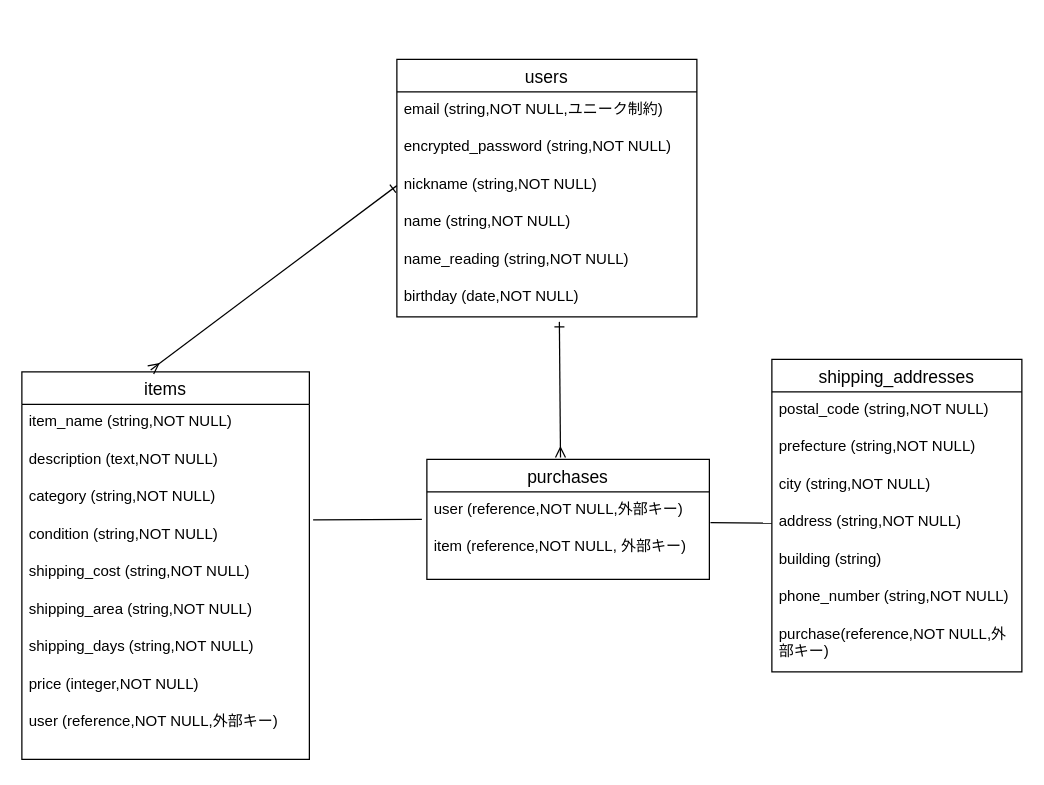
hanezu1783/furima-42333 keeps this draw.io diagram as furima.dio. Above is the earlier version. Source tidied: cells renumbered, new cells numbered last; positions are measured from the earlier drawing's top-left corner, leaving out a move shared by most shapes. Both pictures are drawn from the tidied source at 125%, with x=0, y=0 at pixel (21, 59).
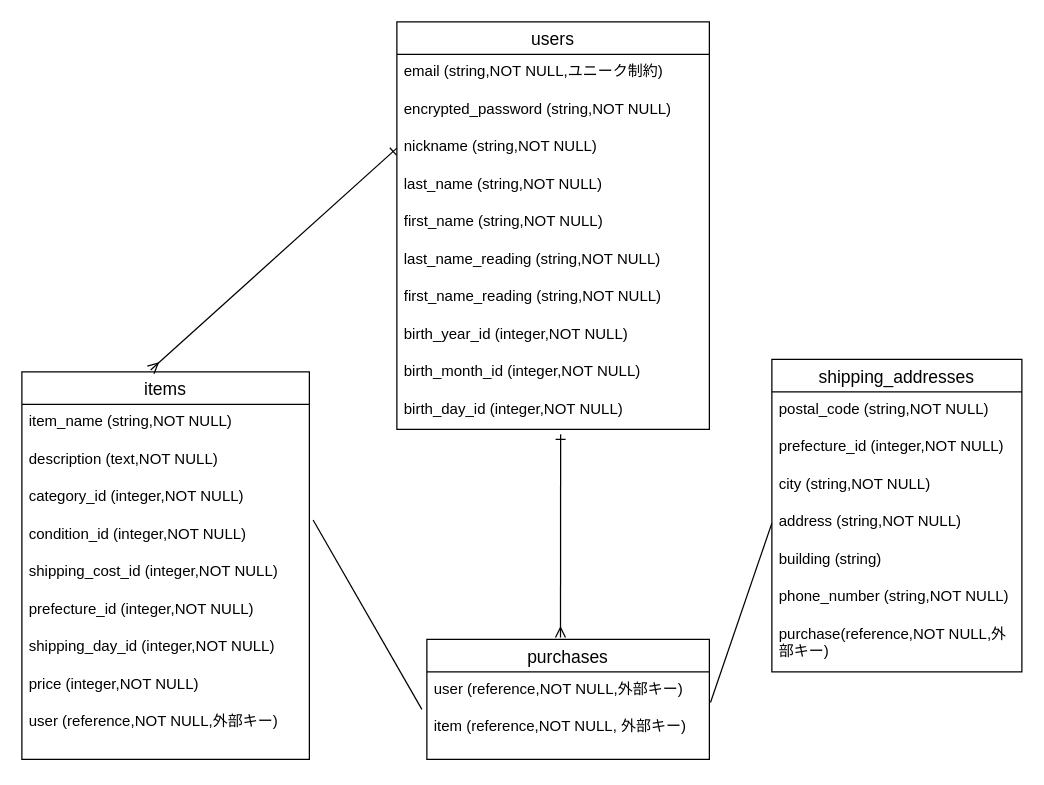
The same diagram, later.

Commit message (it also covers changes not shown here):
データベース設計Ver.2

Unchanged cells that the change refers to:
```xml
<mxCell id="9" value="items" style="swimlane;fontStyle=0;horizontal=1;startSize=26;align=center;fontSize=14;" parent="1" vertex="1">
  <mxGeometry y="250" width="230" height="310" as="geometry" />
</mxCell>
<mxCell id="22" value="shipping_addresses" style="swimlane;fontStyle=0;horizontal=1;startSize=26;align=center;fontSize=14;" parent="1" vertex="1">
  <mxGeometry x="600" y="240" width="200" height="250" as="geometry" />
</mxCell>
```

The edit, as a diff of the source:
```diff
@@
     <mxCell id="2" value="users" style="swimlane;fontStyle=0;horizontal=1;startSize=26;align=center;fontSize=14;" parent="1" vertex="1">
-      <mxGeometry x="300" width="240" height="206" as="geometry" />
+      <mxGeometry x="300" y="-30" width="250" height="326" as="geometry" />
     </mxCell>
     <mxCell id="3" value="email (string,NOT NULL,ユニーク制約)" style="text;strokeColor=none;fillColor=none;spacingLeft=4;spacingRight=4;overflow=hidden;fontSize=12;whiteSpace=wrap;html=1;" parent="2" vertex="1">
-      <mxGeometry y="26" width="240" height="30" as="geometry" />
+      <mxGeometry y="26" width="250" height="30" as="geometry" />
     </mxCell>
     <mxCell id="4" value="encrypted_password (string,NOT NULL)&lt;div&gt;&lt;br&gt;&lt;/div&gt;" style="text;strokeColor=none;fillColor=none;spacingLeft=4;spacingRight=4;overflow=hidden;fontSize=12;whiteSpace=wrap;html=1;" parent="2" vertex="1">
-      <mxGeometry y="56" width="240" height="30" as="geometry" />
+      <mxGeometry y="56" width="250" height="30" as="geometry" />
     </mxCell>
     <mxCell id="5" value="nickname (string,NOT NULL)" style="text;strokeColor=none;fillColor=none;spacingLeft=4;spacingRight=4;overflow=hidden;points=[[0,0.5],[1,0.5]];portConstraint=eastwest;fontSize=12;whiteSpace=wrap;html=1;" parent="2" vertex="1">
-      <mxGeometry y="86" width="240" height="30" as="geometry" />
+      <mxGeometry y="86" width="250" height="30" as="geometry" />
     </mxCell>
-    <mxCell id="6" value="name (string,NOT NULL)" style="text;strokeColor=none;fillColor=none;spacingLeft=4;spacingRight=4;overflow=hidden;fontSize=12;whiteSpace=wrap;html=1;" parent="2" vertex="1">
-      <mxGeometry y="116" width="240" height="30" as="geometry" />
+    <mxCell id="6" value="last_name (string,NOT NULL)" style="text;strokeColor=none;fillColor=none;spacingLeft=4;spacingRight=4;overflow=hidden;fontSize=12;whiteSpace=wrap;html=1;" parent="2" vertex="1">
+      <mxGeometry y="116" width="250" height="30" as="geometry" />
     </mxCell>
-    <mxCell id="7" value="name_reading (string,NOT NULL&lt;span style=&quot;background-color: transparent;&quot;&gt;)&lt;/span&gt;" style="text;strokeColor=none;fillColor=none;spacingLeft=4;spacingRight=4;overflow=hidden;fontSize=12;whiteSpace=wrap;html=1;" parent="2" vertex="1">
-      <mxGeometry y="146" width="240" height="30" as="geometry" />
+    <mxCell id="7" value="first_name (string,NOT NULL&lt;span style=&quot;background-color: transparent;&quot;&gt;)&lt;/span&gt;" style="text;strokeColor=none;fillColor=none;spacingLeft=4;spacingRight=4;overflow=hidden;fontSize=12;whiteSpace=wrap;html=1;" parent="2" vertex="1">
+      <mxGeometry y="146" width="250" height="30" as="geometry" />
     </mxCell>
-    <mxCell id="8" value="birthday (date,NOT NULL)" style="text;strokeColor=none;fillColor=none;spacingLeft=4;spacingRight=4;overflow=hidden;fontSize=12;whiteSpace=wrap;html=1;" parent="2" vertex="1">
-      <mxGeometry y="176" width="240" height="30" as="geometry" />
-    </mxCell>
+    <mxCell id="34" value="last_name_reading&lt;span style=&quot;color: rgb(0, 0, 0);&quot;&gt;&amp;nbsp;(string,NOT NULL)&lt;/span&gt;" style="text;strokeColor=none;fillColor=none;spacingLeft=4;spacingRight=4;overflow=hidden;fontSize=12;whiteSpace=wrap;html=1;" parent="2" vertex="1">
+      <mxGeometry y="176" width="250" height="30" as="geometry" />
+    </mxCell>
+    <mxCell id="35" value="first_name_reading&lt;span style=&quot;color: rgb(0, 0, 0);&quot;&gt;&amp;nbsp;(string,NOT NULL)&lt;/span&gt;" style="text;strokeColor=none;fillColor=none;spacingLeft=4;spacingRight=4;overflow=hidden;fontSize=12;whiteSpace=wrap;html=1;" parent="2" vertex="1">
+      <mxGeometry y="206" width="250" height="30" as="geometry" />
+    </mxCell>
+    <mxCell id="36" value="birth_year_id&amp;nbsp;&lt;span style=&quot;color: rgb(0, 0, 0);&quot;&gt;(integer,NOT NULL)&lt;/span&gt;" style="text;strokeColor=none;fillColor=none;spacingLeft=4;spacingRight=4;overflow=hidden;fontSize=12;whiteSpace=wrap;html=1;" parent="2" vertex="1">
+      <mxGeometry y="236" width="250" height="30" as="geometry" />
+    </mxCell>
+    <mxCell id="37" value="birth_month_id&amp;nbsp;&lt;span style=&quot;color: rgb(0, 0, 0);&quot;&gt;(integer,NOT NULL)&lt;/span&gt;" style="text;strokeColor=none;fillColor=none;spacingLeft=4;spacingRight=4;overflow=hidden;fontSize=12;whiteSpace=wrap;html=1;" parent="2" vertex="1">
+      <mxGeometry y="266" width="250" height="30" as="geometry" />
+    </mxCell>
+    <mxCell id="38" value="&lt;span style=&quot;color: rgb(0, 0, 0);&quot;&gt;birth_day_id (integer,NOT NULL)&lt;/span&gt;" style="text;strokeColor=none;fillColor=none;spacingLeft=4;spacingRight=4;overflow=hidden;fontSize=12;whiteSpace=wrap;html=1;" parent="2" vertex="1">
+      <mxGeometry y="296" width="250" height="30" as="geometry" />
+    </mxCell>
@@
-    <mxCell id="12" value="category (string,&lt;span style=&quot;color: rgb(0, 0, 0);&quot;&gt;NOT NULL&lt;/span&gt;)" style="text;strokeColor=none;fillColor=none;spacingLeft=4;spacingRight=4;overflow=hidden;fontSize=12;whiteSpace=wrap;html=1;" parent="9" vertex="1">
+    <mxCell id="12" value="category_id (integer,&lt;span style=&quot;color: rgb(0, 0, 0);&quot;&gt;NOT NULL&lt;/span&gt;)" style="text;strokeColor=none;fillColor=none;spacingLeft=4;spacingRight=4;overflow=hidden;fontSize=12;whiteSpace=wrap;html=1;" parent="9" vertex="1">
       <mxGeometry y="86" width="230" height="30" as="geometry" />
     </mxCell>
-    <mxCell id="13" value="condition (string,&lt;span style=&quot;color: rgb(0, 0, 0);&quot;&gt;NOT NULL&lt;/span&gt;)" style="text;strokeColor=none;fillColor=none;spacingLeft=4;spacingRight=4;overflow=hidden;points=[[0,0.5],[1,0.5]];portConstraint=eastwest;fontSize=12;whiteSpace=wrap;html=1;" parent="9" vertex="1">
+    <mxCell id="13" value="condition_id (integer,&lt;span style=&quot;color: rgb(0, 0, 0);&quot;&gt;NOT NULL&lt;/span&gt;)" style="text;strokeColor=none;fillColor=none;spacingLeft=4;spacingRight=4;overflow=hidden;points=[[0,0.5],[1,0.5]];portConstraint=eastwest;fontSize=12;whiteSpace=wrap;html=1;" parent="9" vertex="1">
       <mxGeometry y="116" width="230" height="30" as="geometry" />
     </mxCell>
-    <mxCell id="14" value="shipping_cost (string,&lt;span style=&quot;color: rgb(0, 0, 0);&quot;&gt;NOT NULL&lt;/span&gt;)" style="text;strokeColor=none;fillColor=none;spacingLeft=4;spacingRight=4;overflow=hidden;fontSize=12;whiteSpace=wrap;html=1;" parent="9" vertex="1">
+    <mxCell id="14" value="shipping_cost_id (integer,&lt;span style=&quot;color: rgb(0, 0, 0);&quot;&gt;NOT NULL&lt;/span&gt;)" style="text;strokeColor=none;fillColor=none;spacingLeft=4;spacingRight=4;overflow=hidden;fontSize=12;whiteSpace=wrap;html=1;" parent="9" vertex="1">
       <mxGeometry y="146" width="230" height="30" as="geometry" />
     </mxCell>
-    <mxCell id="15" value="shipping_area (string,&lt;span style=&quot;color: rgb(0, 0, 0);&quot;&gt;NOT NULL&lt;/span&gt;)" style="text;strokeColor=none;fillColor=none;spacingLeft=4;spacingRight=4;overflow=hidden;fontSize=12;whiteSpace=wrap;html=1;" parent="9" vertex="1">
+    <mxCell id="15" value="&lt;span style=&quot;color: rgb(0, 0, 0);&quot;&gt;prefecture_id (integer,&lt;/span&gt;&lt;span style=&quot;color: rgb(0, 0, 0);&quot;&gt;NOT NULL&lt;/span&gt;&lt;span style=&quot;color: rgb(0, 0, 0);&quot;&gt;)&lt;/span&gt;" style="text;strokeColor=none;fillColor=none;spacingLeft=4;spacingRight=4;overflow=hidden;fontSize=12;whiteSpace=wrap;html=1;" parent="9" vertex="1">
       <mxGeometry y="176" width="230" height="30" as="geometry" />
     </mxCell>
-    <mxCell id="16" value="shipping_days (string,&lt;span style=&quot;color: rgb(0, 0, 0);&quot;&gt;NOT NULL&lt;/span&gt;)" style="text;strokeColor=none;fillColor=none;spacingLeft=4;spacingRight=4;overflow=hidden;fontSize=12;whiteSpace=wrap;html=1;" parent="9" vertex="1">
+    <mxCell id="16" value="shipping_day_id (integer,&lt;span style=&quot;color: rgb(0, 0, 0);&quot;&gt;NOT NULL&lt;/span&gt;)" style="text;strokeColor=none;fillColor=none;spacingLeft=4;spacingRight=4;overflow=hidden;fontSize=12;whiteSpace=wrap;html=1;" parent="9" vertex="1">
       <mxGeometry y="206" width="230" height="30" as="geometry" />
     </mxCell>
@@
     <mxCell id="19" value="purchases" style="swimlane;fontStyle=0;horizontal=1;startSize=26;align=center;fontSize=14;" parent="1" vertex="1">
-      <mxGeometry x="324" y="320" width="226" height="96" as="geometry" />
+      <mxGeometry x="324" y="464" width="226" height="96" as="geometry" />
     </mxCell>
@@
-    <mxCell id="24" value="prefecture (string,&lt;span style=&quot;color: rgb(0, 0, 0);&quot;&gt;NOT NULL&lt;/span&gt;)" style="text;strokeColor=none;fillColor=none;spacingLeft=4;spacingRight=4;overflow=hidden;fontSize=12;whiteSpace=wrap;html=1;" parent="22" vertex="1">
+    <mxCell id="24" value="prefecture_id (integer,&lt;span style=&quot;color: rgb(0, 0, 0);&quot;&gt;NOT NULL&lt;/span&gt;)" style="text;strokeColor=none;fillColor=none;spacingLeft=4;spacingRight=4;overflow=hidden;fontSize=12;whiteSpace=wrap;html=1;" parent="22" vertex="1">
       <mxGeometry y="56" width="200" height="30" as="geometry" />
     </mxCell>
@@
     <mxCell id="31" style="endArrow=none;html=1;rounded=0;exitX=1.013;exitY=0.083;exitDx=0;exitDy=0;exitPerimeter=0;" parent="1" edge="1" source="13">
       <mxGeometry relative="1" as="geometry">
-        <mxPoint x="320" y="368" as="targetPoint" />
+        <mxPoint x="320" y="520" as="targetPoint" />
       </mxGeometry>
     </mxCell>
     <mxCell id="32" style="fontSize=12;html=1;endArrow=ERmany;endFill=0;entryX=0.473;entryY=-0.016;entryDx=0;entryDy=0;rounded=0;entryPerimeter=0;startArrow=ERone;startFill=0;" parent="1" edge="1" target="19">
       <mxGeometry relative="1" as="geometry">
-        <mxPoint x="430" y="210" as="sourcePoint" />
+        <mxPoint x="431" y="300" as="sourcePoint" />
       </mxGeometry>
     </mxCell>
```
